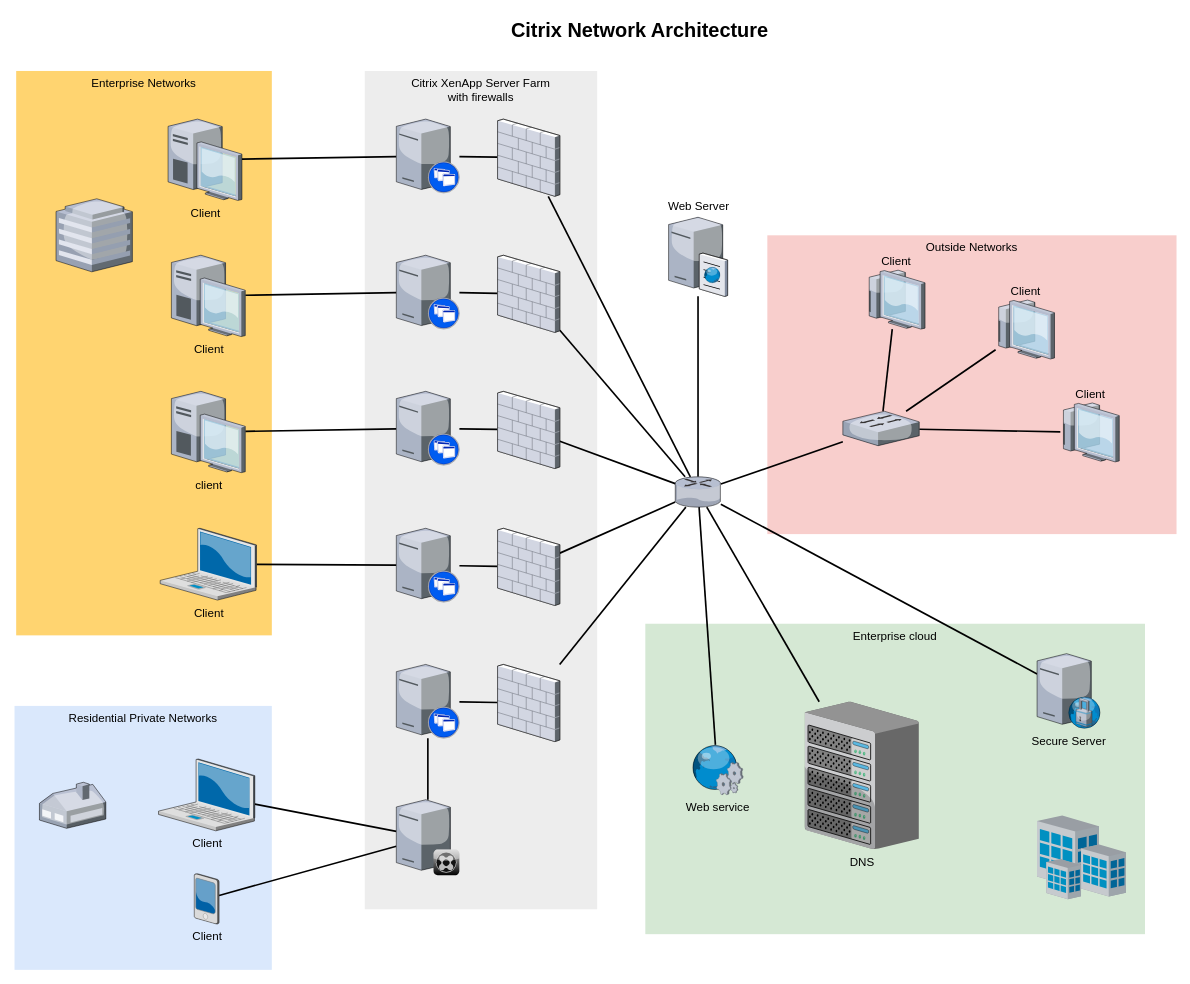
Eddardx/MDT keeps this draw.io diagram as Untitled Diagram.drawio. Above is the earlier version. Source tidied: cells renumbered, new cells numbered last; positions are measured from the earlier drawing's top-left corner, leaving out a move shared by most shapes. Both pictures are drawn from the tidied source at 83%, with x=0, y=0 at pixel (14, 14).
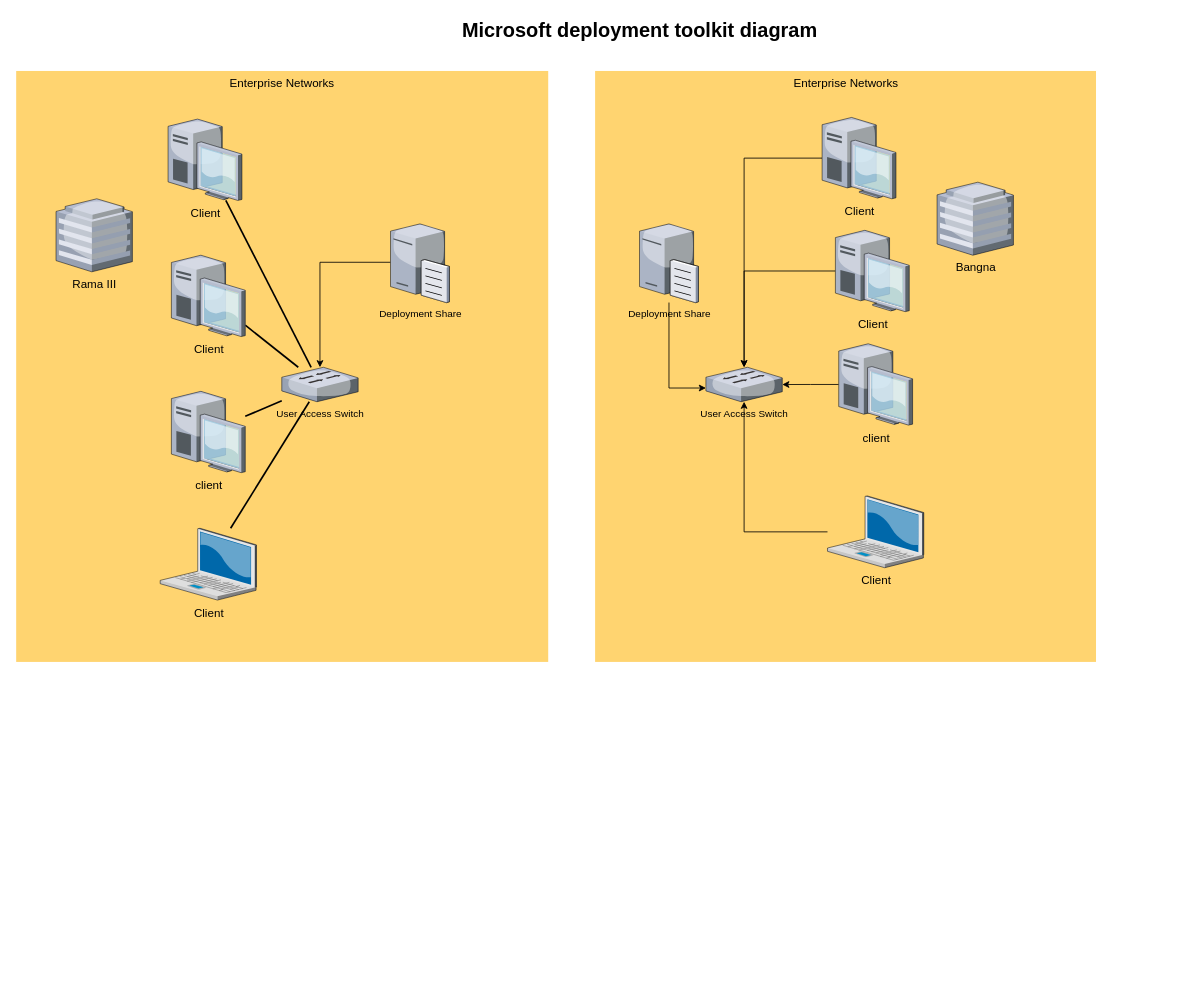
The same diagram, later.

Unchanged cells that the change refers to:
```xml
<mxCell id="10" value="Client" style="verticalLabelPosition=bottom;html=1;verticalAlign=top;strokeColor=none;shape=mxgraph.citrix.laptop_2;fillColor=#66B2FF;gradientColor=#0066CC;fontSize=14;" parent="1" vertex="1">
  <mxGeometry x="175.5" y="619" width="116" height="86.5" as="geometry" />
</mxCell>
<mxCell id="12" value="client" style="verticalLabelPosition=bottom;html=1;verticalAlign=top;strokeColor=none;shape=mxgraph.citrix.desktop;fillColor=#66B2FF;gradientColor=#0066CC;fontSize=14;" parent="1" vertex="1">
  <mxGeometry x="189" y="454" width="89" height="98" as="geometry" />
</mxCell>
<mxCell id="14" value="Client" style="verticalLabelPosition=bottom;html=1;verticalAlign=top;strokeColor=none;shape=mxgraph.citrix.desktop;fillColor=#66B2FF;gradientColor=#0066CC;fontSize=14;" parent="1" vertex="1">
  <mxGeometry x="189" y="290" width="89" height="98" as="geometry" />
</mxCell>
<mxCell id="16" value="Client" style="verticalLabelPosition=bottom;html=1;verticalAlign=top;strokeColor=none;shape=mxgraph.citrix.desktop;fillColor=#66B2FF;gradientColor=#0066CC;fontSize=14;" parent="1" vertex="1">
  <mxGeometry x="185" y="126" width="89" height="98" as="geometry" />
</mxCell>
```

Diff of the diagram source:
```diff
@@
-    <mxCell id="2" value="Outside Networks" style="whiteSpace=wrap;html=1;fillColor=#f8cecc;fontSize=14;strokeColor=none;verticalAlign=top;" parent="1" vertex="1">
-      <mxGeometry x="907" y="266" width="493" height="360" as="geometry" />
-    </mxCell>
-    <mxCell id="3" value="Enterprise cloud" style="whiteSpace=wrap;html=1;fillColor=#d5e8d4;fontSize=14;strokeColor=none;verticalAlign=top;" parent="1" vertex="1">
-      <mxGeometry x="760" y="734" width="602" height="374" as="geometry" />
-    </mxCell>
-    <mxCell id="4" value="Citrix XenApp Server Farm&lt;div&gt;with firewalls&lt;/div&gt;" style="whiteSpace=wrap;html=1;fillColor=#EDEDED;fontSize=14;strokeColor=none;verticalAlign=top;" parent="1" vertex="1">
-      <mxGeometry x="422" y="68" width="280" height="1010" as="geometry" />
-    </mxCell>
-    <mxCell id="5" value="Residential Private Networks" style="whiteSpace=wrap;html=1;fillColor=#dae8fc;fontSize=14;strokeColor=none;verticalAlign=top;" parent="1" vertex="1">
-      <mxGeometry y="833" width="310" height="318" as="geometry" />
-    </mxCell>
     <mxCell id="6" value="Enterprise Networks" style="whiteSpace=wrap;html=1;fillColor=#FFD470;gradientColor=none;fontSize=14;strokeColor=none;verticalAlign=top;" parent="1" vertex="1">
-      <mxGeometry x="2" y="68" width="308" height="680" as="geometry" />
+      <mxGeometry x="2" y="68" width="641" height="712" as="geometry" />
     </mxCell>
-    <mxCell id="7" style="edgeStyle=none;rounded=0;html=1;startSize=10;endSize=10;jettySize=auto;fontSize=14;endArrow=none;endFill=0;strokeWidth=2;" parent="1" edge="1" source="8" target="35">
-      <mxGeometry relative="1" as="geometry" />
-    </mxCell>
-    <mxCell id="8" value="Client" style="verticalLabelPosition=bottom;html=1;verticalAlign=top;strokeColor=none;shape=mxgraph.citrix.laptop_2;fillColor=#66B2FF;gradientColor=#0066CC;fontSize=14;" parent="1" vertex="1">
-      <mxGeometry x="173.5" y="897" width="116" height="86.5" as="geometry" />
-    </mxCell>
-    <mxCell id="9" style="edgeStyle=none;rounded=0;html=1;startSize=10;endSize=10;jettySize=auto;fontSize=14;endArrow=none;endFill=0;strokeWidth=2;" parent="1" edge="1" source="10" target="22">
+    <mxCell id="9" style="edgeStyle=none;rounded=0;html=1;startSize=10;endSize=10;jettySize=auto;fontSize=14;endArrow=none;endFill=0;strokeWidth=2;" parent="1" edge="1" source="10" target="62">
       <mxGeometry relative="1" as="geometry" />
     </mxCell>
@@
-    <mxCell id="11" style="edgeStyle=none;rounded=0;html=1;startSize=10;endSize=10;jettySize=auto;fontSize=14;endArrow=none;endFill=0;strokeWidth=2;" parent="1" edge="1" source="12" target="24">
+    <mxCell id="11" style="edgeStyle=none;rounded=0;html=1;startSize=10;endSize=10;jettySize=auto;fontSize=14;endArrow=none;endFill=0;strokeWidth=2;" parent="1" edge="1" source="12" target="62">
       <mxGeometry relative="1" as="geometry" />
     </mxCell>
@@
-    <mxCell id="13" style="edgeStyle=none;rounded=0;html=1;startSize=10;endSize=10;jettySize=auto;fontSize=14;endArrow=none;endFill=0;strokeWidth=2;" parent="1" edge="1" source="14" target="26">
+    <mxCell id="13" style="edgeStyle=none;rounded=0;html=1;startSize=10;endSize=10;jettySize=auto;fontSize=14;endArrow=none;endFill=0;strokeWidth=2;" parent="1" edge="1" source="14" target="62">
       <mxGeometry relative="1" as="geometry" />
     </mxCell>
@@
-    <mxCell id="15" style="edgeStyle=none;rounded=0;html=1;startSize=10;endSize=10;jettySize=auto;fontSize=14;endArrow=none;endFill=0;strokeWidth=2;" parent="1" edge="1" source="16" target="28">
+    <mxCell id="15" style="edgeStyle=none;rounded=0;html=1;startSize=10;endSize=10;jettySize=auto;fontSize=14;endArrow=none;endFill=0;strokeWidth=2;" parent="1" edge="1" source="16" target="62">
       <mxGeometry relative="1" as="geometry" />
     </mxCell>
@@
-    <mxCell id="17" style="edgeStyle=none;rounded=0;html=1;startSize=10;endSize=10;jettySize=auto;fontSize=14;endArrow=none;endFill=0;strokeWidth=2;" parent="1" edge="1" source="18" target="35">
-      <mxGeometry relative="1" as="geometry" />
-    </mxCell>
-    <mxCell id="18" value="Client" style="verticalLabelPosition=bottom;html=1;verticalAlign=top;strokeColor=none;shape=mxgraph.citrix.pda;fillColor=#66B2FF;gradientColor=#0066CC;fontSize=14;" parent="1" vertex="1">
-      <mxGeometry x="216.5" y="1035" width="30" height="61" as="geometry" />
-    </mxCell>
-    <mxCell id="19" style="edgeStyle=none;rounded=0;html=1;startSize=10;endSize=10;jettySize=auto;fontSize=14;endArrow=none;endFill=0;strokeWidth=2;" parent="1" edge="1" source="20" target="47">
-      <mxGeometry relative="1" as="geometry" />
-    </mxCell>
-    <mxCell id="20" style="verticalLabelPosition=bottom;html=1;verticalAlign=top;strokeColor=none;shape=mxgraph.citrix.xenapp_server;fillColor=#66B2FF;gradientColor=#0066CC;fontSize=14;" parent="1" vertex="1">
-      <mxGeometry x="460" y="783" width="76" height="89" as="geometry" />
-    </mxCell>
-    <mxCell id="21" style="edgeStyle=none;rounded=0;html=1;startSize=10;endSize=10;jettySize=auto;fontSize=14;endArrow=none;endFill=0;strokeWidth=2;" parent="1" edge="1" source="22" target="45">
-      <mxGeometry relative="1" as="geometry" />
-    </mxCell>
-    <mxCell id="22" style="verticalLabelPosition=bottom;html=1;verticalAlign=top;strokeColor=none;shape=mxgraph.citrix.xenapp_server;fillColor=#66B2FF;gradientColor=#0066CC;fontSize=14;" parent="1" vertex="1">
-      <mxGeometry x="460" y="619" width="76" height="89" as="geometry" />
-    </mxCell>
-    <mxCell id="23" style="edgeStyle=none;rounded=0;html=1;startSize=10;endSize=10;jettySize=auto;fontSize=14;endArrow=none;endFill=0;strokeWidth=2;" parent="1" edge="1" source="24" target="43">
-      <mxGeometry relative="1" as="geometry" />
-    </mxCell>
-    <mxCell id="24" style="verticalLabelPosition=bottom;html=1;verticalAlign=top;strokeColor=none;shape=mxgraph.citrix.xenapp_server;fillColor=#66B2FF;gradientColor=#0066CC;fontSize=14;" parent="1" vertex="1">
-      <mxGeometry x="460" y="454" width="76" height="89" as="geometry" />
-    </mxCell>
-    <mxCell id="25" style="edgeStyle=none;rounded=0;html=1;startSize=10;endSize=10;jettySize=auto;fontSize=14;endArrow=none;endFill=0;strokeWidth=2;" parent="1" edge="1" source="26" target="41">
-      <mxGeometry relative="1" as="geometry" />
-    </mxCell>
-    <mxCell id="26" style="verticalLabelPosition=bottom;html=1;verticalAlign=top;strokeColor=none;shape=mxgraph.citrix.xenapp_server;fillColor=#66B2FF;gradientColor=#0066CC;fontSize=14;" parent="1" vertex="1">
-      <mxGeometry x="460" y="290" width="76" height="89" as="geometry" />
-    </mxCell>
-    <mxCell id="27" style="edgeStyle=none;rounded=0;html=1;startSize=10;endSize=10;jettySize=auto;fontSize=14;endArrow=none;endFill=0;strokeWidth=2;" parent="1" edge="1" source="28" target="39">
-      <mxGeometry relative="1" as="geometry" />
-    </mxCell>
-    <mxCell id="28" style="verticalLabelPosition=bottom;html=1;verticalAlign=top;strokeColor=none;shape=mxgraph.citrix.xenapp_server;fillColor=#66B2FF;gradientColor=#0066CC;fontSize=14;" parent="1" vertex="1">
-      <mxGeometry x="460" y="126" width="76" height="89" as="geometry" />
-    </mxCell>
-    <mxCell id="29" style="edgeStyle=none;rounded=0;html=1;startSize=10;endSize=10;jettySize=auto;fontSize=14;endArrow=none;endFill=0;strokeWidth=2;" parent="1" edge="1" source="33" target="37">
-      <mxGeometry relative="1" as="geometry" />
-    </mxCell>
-    <mxCell id="30" style="edgeStyle=none;rounded=0;html=1;startSize=10;endSize=10;jettySize=auto;fontSize=14;endArrow=none;endFill=0;strokeWidth=2;" parent="1" edge="1" source="33" target="36">
-      <mxGeometry relative="1" as="geometry" />
-    </mxCell>
-    <mxCell id="31" style="edgeStyle=none;rounded=0;html=1;startSize=10;endSize=10;jettySize=auto;fontSize=14;endArrow=none;endFill=0;strokeWidth=2;" parent="1" edge="1" source="33" target="54">
-      <mxGeometry relative="1" as="geometry" />
-    </mxCell>
-    <mxCell id="32" style="edgeStyle=none;rounded=0;html=1;startSize=10;endSize=10;jettySize=auto;fontSize=14;endArrow=none;endFill=0;strokeWidth=2;" parent="1" edge="1" source="33" target="50">
-      <mxGeometry relative="1" as="geometry" />
-    </mxCell>
-    <mxCell id="33" style="verticalLabelPosition=bottom;html=1;verticalAlign=top;strokeColor=none;shape=mxgraph.citrix.router;fillColor=#66B2FF;gradientColor=#0066CC;fontSize=14;" parent="1" vertex="1">
-      <mxGeometry x="796" y="557" width="55" height="36.5" as="geometry" />
-    </mxCell>
-    <mxCell id="34" style="edgeStyle=none;rounded=0;html=1;startSize=10;endSize=10;jettySize=auto;fontSize=14;endArrow=none;endFill=0;strokeWidth=2;" parent="1" edge="1" source="35" target="20">
-      <mxGeometry relative="1" as="geometry" />
-    </mxCell>
-    <mxCell id="35" style="verticalLabelPosition=bottom;html=1;verticalAlign=top;strokeColor=none;shape=mxgraph.citrix.xenclient_synchronizer;fillColor=#CCCCCC;gradientColor=#000000;gradientDirection=south;fontSize=14;" parent="1" vertex="1">
-      <mxGeometry x="460" y="946" width="76" height="91" as="geometry" />
-    </mxCell>
-    <mxCell id="36" value="Web Server" style="verticalLabelPosition=top;html=1;verticalAlign=bottom;strokeColor=none;shape=mxgraph.citrix.cache_server;fillColor=#66B2FF;gradientColor=#0066CC;fontSize=14;labelPosition=center;align=center;" parent="1" vertex="1">
-      <mxGeometry x="788" y="242" width="71" height="97.5" as="geometry" />
-    </mxCell>
-    <mxCell id="37" value="DNS" style="verticalLabelPosition=bottom;html=1;verticalAlign=top;strokeColor=none;shape=mxgraph.citrix.chassis;fillColor=#66B2FF;gradientColor=#0066CC;fontSize=14;" parent="1" vertex="1">
-      <mxGeometry x="952" y="828" width="137.5" height="177.5" as="geometry" />
-    </mxCell>
-    <mxCell id="38" style="edgeStyle=none;rounded=0;html=1;startSize=10;endSize=10;jettySize=auto;fontSize=14;endArrow=none;endFill=0;strokeWidth=2;" parent="1" edge="1" source="39" target="33">
-      <mxGeometry relative="1" as="geometry" />
-    </mxCell>
-    <mxCell id="39" style="verticalLabelPosition=bottom;html=1;verticalAlign=top;strokeColor=none;shape=mxgraph.citrix.firewall;fillColor=#66B2FF;gradientColor=#0066CC;fontSize=14;" parent="1" vertex="1">
-      <mxGeometry x="582" y="126" width="75" height="93" as="geometry" />
-    </mxCell>
-    <mxCell id="40" style="edgeStyle=none;rounded=0;html=1;startSize=10;endSize=10;jettySize=auto;fontSize=14;endArrow=none;endFill=0;strokeWidth=2;" parent="1" edge="1" source="41" target="33">
-      <mxGeometry relative="1" as="geometry" />
-    </mxCell>
-    <mxCell id="41" style="verticalLabelPosition=bottom;html=1;verticalAlign=top;strokeColor=none;shape=mxgraph.citrix.firewall;fillColor=#66B2FF;gradientColor=#0066CC;fontSize=14;" parent="1" vertex="1">
-      <mxGeometry x="582" y="290" width="75" height="93" as="geometry" />
-    </mxCell>
-    <mxCell id="42" style="edgeStyle=none;rounded=0;html=1;startSize=10;endSize=10;jettySize=auto;fontSize=14;endArrow=none;endFill=0;strokeWidth=2;" parent="1" edge="1" source="43" target="33">
-      <mxGeometry relative="1" as="geometry" />
-    </mxCell>
-    <mxCell id="43" style="verticalLabelPosition=bottom;html=1;verticalAlign=top;strokeColor=none;shape=mxgraph.citrix.firewall;fillColor=#66B2FF;gradientColor=#0066CC;fontSize=14;" parent="1" vertex="1">
-      <mxGeometry x="582" y="454" width="75" height="93" as="geometry" />
-    </mxCell>
-    <mxCell id="44" style="edgeStyle=none;rounded=0;html=1;startSize=10;endSize=10;jettySize=auto;fontSize=14;endArrow=none;endFill=0;strokeWidth=2;" parent="1" edge="1" source="45" target="33">
-      <mxGeometry relative="1" as="geometry" />
-    </mxCell>
-    <mxCell id="45" style="verticalLabelPosition=bottom;html=1;verticalAlign=top;strokeColor=none;shape=mxgraph.citrix.firewall;fillColor=#66B2FF;gradientColor=#0066CC;fontSize=14;" parent="1" vertex="1">
-      <mxGeometry x="582" y="619" width="75" height="93" as="geometry" />
-    </mxCell>
-    <mxCell id="46" style="edgeStyle=none;rounded=0;html=1;startSize=10;endSize=10;jettySize=auto;fontSize=14;endArrow=none;endFill=0;strokeWidth=2;" parent="1" edge="1" source="47" target="33">
-      <mxGeometry relative="1" as="geometry" />
-    </mxCell>
-    <mxCell id="47" style="verticalLabelPosition=bottom;html=1;verticalAlign=top;strokeColor=none;shape=mxgraph.citrix.firewall;fillColor=#66B2FF;gradientColor=#0066CC;fontSize=14;" parent="1" vertex="1">
-      <mxGeometry x="582" y="783" width="75" height="93" as="geometry" />
-    </mxCell>
-    <mxCell id="48" style="verticalLabelPosition=bottom;html=1;verticalAlign=top;strokeColor=none;shape=mxgraph.citrix.home_office;fillColor=#66B2FF;gradientColor=#0066CC;fontSize=14;" parent="1" vertex="1">
-      <mxGeometry x="30" y="925" width="80" height="55.5" as="geometry" />
-    </mxCell>
-    <mxCell id="49" style="verticalLabelPosition=bottom;html=1;verticalAlign=top;strokeColor=none;shape=mxgraph.citrix.hq_enterprise;fillColor=#66B2FF;gradientColor=#0066CC;fontSize=14;" parent="1" vertex="1">
+    <mxCell id="49" value="Rama III" style="verticalLabelPosition=bottom;html=1;verticalAlign=top;strokeColor=none;shape=mxgraph.citrix.hq_enterprise;fillColor=#66B2FF;gradientColor=#0066CC;fontSize=14;" parent="1" vertex="1">
       <mxGeometry x="50" y="222" width="92" height="88" as="geometry" />
     </mxCell>
-    <mxCell id="50" value="Secure Server" style="verticalLabelPosition=bottom;html=1;verticalAlign=top;strokeColor=none;shape=mxgraph.citrix.proxy_server;fillColor=#66B2FF;gradientColor=#0066CC;fontSize=14;" parent="1" vertex="1">
-      <mxGeometry x="1232" y="770" width="76.5" height="90" as="geometry" />
-    </mxCell>
-    <mxCell id="51" style="edgeStyle=none;rounded=0;html=1;startSize=10;endSize=10;jettySize=auto;fontSize=14;endArrow=none;endFill=0;strokeWidth=2;" parent="1" edge="1" source="54" target="57">
-      <mxGeometry relative="1" as="geometry" />
-    </mxCell>
-    <mxCell id="52" style="edgeStyle=none;rounded=0;html=1;startSize=10;endSize=10;jettySize=auto;fontSize=14;endArrow=none;endFill=0;strokeWidth=2;" parent="1" edge="1" source="54" target="56">
-      <mxGeometry relative="1" as="geometry" />
-    </mxCell>
-    <mxCell id="53" style="edgeStyle=none;rounded=0;html=1;startSize=10;endSize=10;jettySize=auto;fontSize=14;endArrow=none;endFill=0;strokeWidth=2;" parent="1" edge="1" source="54" target="55">
-      <mxGeometry relative="1" as="geometry" />
-    </mxCell>
-    <mxCell id="54" style="verticalLabelPosition=bottom;html=1;verticalAlign=top;strokeColor=none;shape=mxgraph.citrix.switch;fillColor=#66B2FF;gradientColor=#0066CC;fontSize=14;" parent="1" vertex="1">
-      <mxGeometry x="998" y="478" width="92" height="41.5" as="geometry" />
-    </mxCell>
-    <mxCell id="55" value="Client" style="verticalLabelPosition=top;html=1;verticalAlign=bottom;strokeColor=none;shape=mxgraph.citrix.thin_client;fillColor=#66B2FF;gradientColor=#0066CC;fontSize=14;labelPosition=center;align=center;" parent="1" vertex="1">
-      <mxGeometry x="1260" y="468" width="71" height="71" as="geometry" />
-    </mxCell>
-    <mxCell id="56" value="Client" style="verticalLabelPosition=top;html=1;verticalAlign=bottom;strokeColor=none;shape=mxgraph.citrix.thin_client;fillColor=#66B2FF;gradientColor=#0066CC;fontSize=14;labelPosition=center;align=center;" parent="1" vertex="1">
-      <mxGeometry x="1182" y="344" width="71" height="71" as="geometry" />
-    </mxCell>
-    <mxCell id="57" value="Client" style="verticalLabelPosition=top;html=1;verticalAlign=bottom;strokeColor=none;shape=mxgraph.citrix.thin_client;fillColor=#66B2FF;gradientColor=#0066CC;fontSize=14;labelPosition=center;align=center;" parent="1" vertex="1">
-      <mxGeometry x="1026" y="308" width="71" height="71" as="geometry" />
-    </mxCell>
-    <mxCell id="58" style="edgeStyle=none;rounded=0;html=1;startSize=10;endSize=10;jettySize=auto;fontSize=14;endArrow=none;endFill=0;strokeWidth=2;" parent="1" edge="1" source="59" target="33">
-      <mxGeometry relative="1" as="geometry" />
-    </mxCell>
-    <mxCell id="59" value="Web service" style="verticalLabelPosition=bottom;html=1;verticalAlign=top;strokeColor=none;shape=mxgraph.citrix.web_service;fillColor=#66B2FF;gradientColor=#0066CC;fontSize=14;" parent="1" vertex="1">
-      <mxGeometry x="815" y="880" width="63" height="60" as="geometry" />
-    </mxCell>
-    <mxCell id="60" style="verticalLabelPosition=bottom;html=1;verticalAlign=top;strokeColor=none;shape=mxgraph.citrix.site;fillColor=#66B2FF;gradientColor=#0066CC;fontSize=14;" parent="1" vertex="1">
-      <mxGeometry x="1232" y="965" width="107" height="101" as="geometry" />
-    </mxCell>
-    <mxCell id="61" value="Citrix Network Architecture" style="text;strokeColor=none;fillColor=none;html=1;fontSize=24;fontStyle=1;verticalAlign=middle;align=center;" parent="1" vertex="1">
+    <mxCell id="61" value="Microsoft deployment toolkit diagram" style="text;strokeColor=none;fillColor=none;html=1;fontSize=24;fontStyle=1;verticalAlign=middle;align=center;" parent="1" vertex="1">
       <mxGeometry x="322" width="861" height="40" as="geometry" />
     </mxCell>
+    <mxCell id="62" value="User Access Switch" style="verticalLabelPosition=bottom;html=1;verticalAlign=top;strokeColor=none;align=center;outlineConnect=0;shape=mxgraph.citrix.switch;" parent="1" vertex="1">
+      <mxGeometry x="322" y="425" width="92" height="41.5" as="geometry" />
+    </mxCell>
+    <mxCell id="63" value="Enterprise Networks" style="whiteSpace=wrap;html=1;fillColor=#FFD470;gradientColor=none;fontSize=14;strokeColor=none;verticalAlign=top;" parent="1" vertex="1">
+      <mxGeometry x="699.5" y="68" width="603.5" height="712" as="geometry" />
+    </mxCell>
+    <mxCell id="64" style="edgeStyle=orthogonalEdgeStyle;rounded=0;jettySize=auto;html=1;" parent="1" edge="1" source="8" target="72">
+      <mxGeometry relative="1" as="geometry" />
+    </mxCell>
+    <mxCell id="8" value="Client" style="verticalLabelPosition=bottom;html=1;verticalAlign=top;strokeColor=none;shape=mxgraph.citrix.laptop_2;fillColor=#66B2FF;gradientColor=#0066CC;fontSize=14;" parent="1" vertex="1">
+      <mxGeometry x="979.5" y="580" width="116" height="86.5" as="geometry" />
+    </mxCell>
+    <mxCell id="65" style="edgeStyle=orthogonalEdgeStyle;rounded=0;jettySize=auto;html=1;" parent="1" edge="1" source="66" target="72">
+      <mxGeometry relative="1" as="geometry" />
+    </mxCell>
+    <mxCell id="66" value="client" style="verticalLabelPosition=bottom;html=1;verticalAlign=top;strokeColor=none;shape=mxgraph.citrix.desktop;fillColor=#66B2FF;gradientColor=#0066CC;fontSize=14;" parent="1" vertex="1">
+      <mxGeometry x="993" y="396.7" width="89" height="98" as="geometry" />
+    </mxCell>
+    <mxCell id="67" style="edgeStyle=orthogonalEdgeStyle;rounded=0;jettySize=auto;html=1;" parent="1" edge="1" source="68" target="72">
+      <mxGeometry relative="1" as="geometry" />
+    </mxCell>
+    <mxCell id="68" value="Client" style="verticalLabelPosition=bottom;html=1;verticalAlign=top;strokeColor=none;shape=mxgraph.citrix.desktop;fillColor=#66B2FF;gradientColor=#0066CC;fontSize=14;" parent="1" vertex="1">
+      <mxGeometry x="989" y="260" width="89" height="98" as="geometry" />
+    </mxCell>
+    <mxCell id="69" style="edgeStyle=orthogonalEdgeStyle;rounded=0;jettySize=auto;html=1;" parent="1" edge="1" source="70" target="72">
+      <mxGeometry relative="1" as="geometry" />
+    </mxCell>
+    <mxCell id="70" value="Client" style="verticalLabelPosition=bottom;html=1;verticalAlign=top;strokeColor=none;shape=mxgraph.citrix.desktop;fillColor=#66B2FF;gradientColor=#0066CC;fontSize=14;" parent="1" vertex="1">
+      <mxGeometry x="973" y="124" width="89" height="98" as="geometry" />
+    </mxCell>
+    <mxCell id="71" value="Bangna" style="verticalLabelPosition=bottom;html=1;verticalAlign=top;strokeColor=none;shape=mxgraph.citrix.hq_enterprise;fillColor=#66B2FF;gradientColor=#0066CC;fontSize=14;" parent="1" vertex="1">
+      <mxGeometry x="1111.5" y="202" width="92" height="88" as="geometry" />
+    </mxCell>
+    <mxCell id="72" value="User Access Switch" style="verticalLabelPosition=bottom;html=1;verticalAlign=top;strokeColor=none;align=center;outlineConnect=0;shape=mxgraph.citrix.switch;" parent="1" vertex="1">
+      <mxGeometry x="833" y="425" width="92" height="41.5" as="geometry" />
+    </mxCell>
+    <mxCell id="73" style="edgeStyle=orthogonalEdgeStyle;rounded=0;jettySize=auto;html=1;" parent="1" edge="1" source="74" target="62">
+      <mxGeometry relative="1" as="geometry" />
+    </mxCell>
+    <mxCell id="74" value="Deployment Share" style="verticalLabelPosition=bottom;html=1;verticalAlign=top;strokeColor=none;align=center;outlineConnect=0;shape=mxgraph.citrix.file_server;" parent="1" vertex="1">
+      <mxGeometry x="453" y="250" width="71" height="97" as="geometry" />
+    </mxCell>
+    <mxCell id="75" style="edgeStyle=orthogonalEdgeStyle;rounded=0;jettySize=auto;html=1;" parent="1" edge="1" source="76" target="72">
+      <mxGeometry relative="1" as="geometry">
+        <Array as="points">
+          <mxPoint x="789" y="450" />
+        </Array>
+      </mxGeometry>
+    </mxCell>
+    <mxCell id="76" value="Deployment Share" style="verticalLabelPosition=bottom;html=1;verticalAlign=top;strokeColor=none;align=center;outlineConnect=0;shape=mxgraph.citrix.file_server;" parent="1" vertex="1">
+      <mxGeometry x="753" y="250" width="71" height="97" as="geometry" />
+    </mxCell>
```
